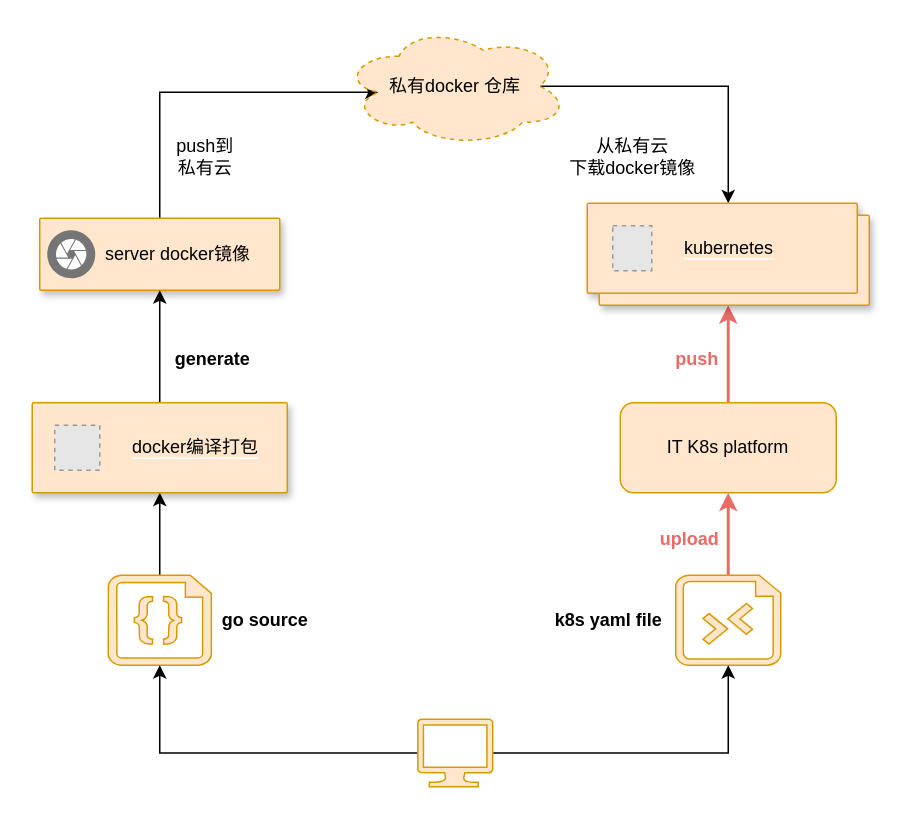
Before: page "Page-4" (4 of 4) of k8s.drawio in juzdm/note, a draw.io diagram. Source tidied: cells renumbered, new cells numbered last; positions are measured from the earlier drawing's top-left corner, leaving out a move shared by most shapes. Both pictures are drawn from the tidied source at 150%, with x=0, y=0 at pixel (32, 26). Pictures stored in the file or linked from it are replaced by grey dashed boxes.
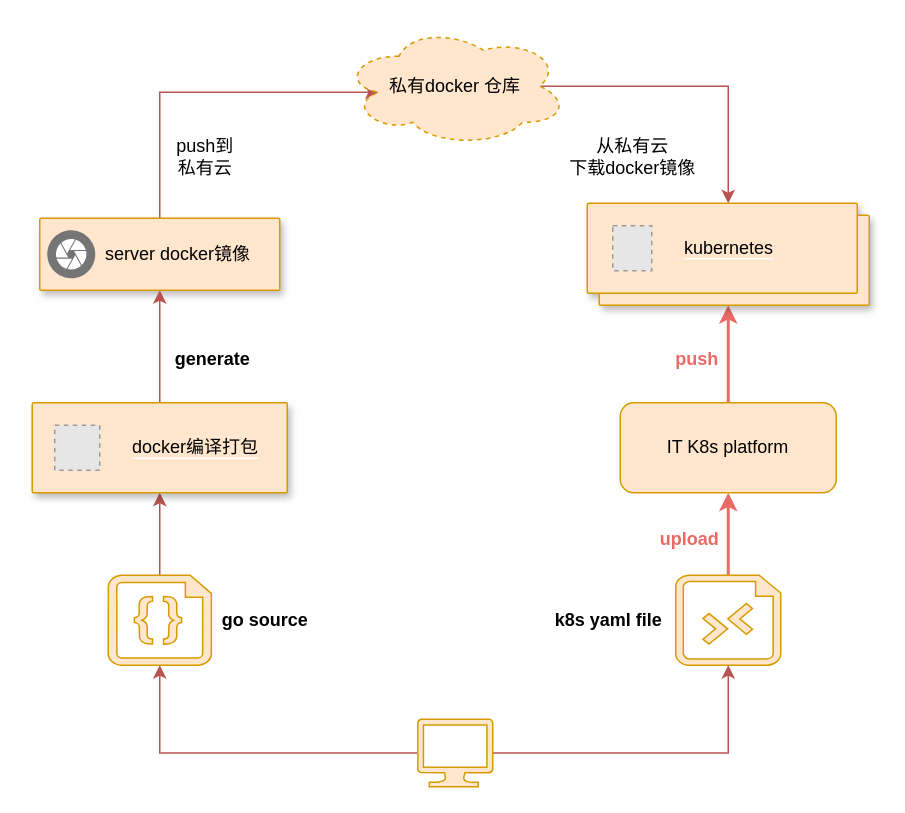
The same page after the edit.

Unchanged cells that the change refers to:
```xml
<mxCell id="3" style="strokeColor=#d79b00;shadow=1;strokeWidth=1;rounded=1;absoluteArcSize=1;arcSize=2;fillColor=#ffe6cc;" parent="1" vertex="1">
  <mxGeometry x="5" y="128" width="160" height="48" as="geometry" />
</mxCell>
<mxCell id="8" value="私有docker 仓库" style="ellipse;shape=cloud;whiteSpace=wrap;html=1;fillColor=#ffe6cc;strokeColor=#d79b00;dashed=1;" parent="1" vertex="1">
  <mxGeometry x="207" width="150" height="80" as="geometry" />
</mxCell>
<mxCell id="11" style="verticalLabelPosition=bottom;html=1;verticalAlign=top;align=center;strokeColor=#d79b00;fillColor=#ffe6cc;shape=mxgraph.azure.rdp_remoting_file;" parent="1" vertex="1">
  <mxGeometry x="429" y="366" width="70" height="60" as="geometry" />
</mxCell>
<mxCell id="13" style="verticalLabelPosition=bottom;html=1;verticalAlign=top;align=center;strokeColor=#d79b00;fillColor=#ffe6cc;shape=mxgraph.azure.code_file;" parent="1" vertex="1">
  <mxGeometry x="50.6" y="366" width="68.8" height="60" as="geometry" />
</mxCell>
<mxCell id="17" style="shape=mxgraph.gcp2.doubleRect;strokeColor=#d79b00;shadow=1;strokeWidth=1;rounded=1;absoluteArcSize=1;arcSize=2;labelBackgroundColor=#FFE599;fillColor=#ffe6cc;" parent="1" vertex="1">
  <mxGeometry x="370" y="118" width="188" height="68" as="geometry" />
</mxCell>
<mxCell id="24" style="verticalLabelPosition=bottom;html=1;verticalAlign=top;align=center;strokeColor=#d79b00;fillColor=#ffe6cc;shape=mxgraph.azure.computer;labelBackgroundColor=#FFE599;" parent="1" vertex="1">
  <mxGeometry x="257" y="462" width="50" height="45" as="geometry" />
</mxCell>
```

Change to the diagram source:
```diff
@@
-    <mxCell id="2" style="edgeStyle=orthogonalEdgeStyle;rounded=0;jettySize=auto;html=1;exitX=0.5;exitY=0;exitDx=0;exitDy=0;entryX=0.16;entryY=0.55;entryDx=0;entryDy=0;entryPerimeter=0;" parent="1" edge="1" source="3" target="8">
+    <mxCell id="2" style="edgeStyle=orthogonalEdgeStyle;rounded=0;jettySize=auto;html=1;exitX=0.5;exitY=0;exitDx=0;exitDy=0;entryX=0.16;entryY=0.55;entryDx=0;entryDy=0;entryPerimeter=0;fillColor=#f8cecc;strokeColor=#b85450;" parent="1" edge="1" source="3" target="8">
       <mxGeometry relative="1" as="geometry">
         <Array as="points">
           <mxPoint x="85" y="44" />
         </Array>
       </mxGeometry>
     </mxCell>
@@
-    <mxCell id="6" style="edgeStyle=none;rounded=0;jettySize=auto;html=1;exitX=0.5;exitY=0;exitDx=0;exitDy=0;entryX=0.5;entryY=1;entryDx=0;entryDy=0;" parent="1" edge="1" target="3">
+    <mxCell id="6" style="edgeStyle=none;rounded=0;jettySize=auto;html=1;exitX=0.5;exitY=0;exitDx=0;exitDy=0;entryX=0.5;entryY=1;entryDx=0;entryDy=0;fillColor=#f8cecc;strokeColor=#b85450;" parent="1" edge="1" target="3">
       <mxGeometry relative="1" as="geometry">
         <mxPoint x="85" y="251" as="sourcePoint" />
       </mxGeometry>
     </mxCell>
-    <mxCell id="7" style="edgeStyle=orthogonalEdgeStyle;rounded=0;jettySize=auto;html=1;exitX=0.875;exitY=0.5;exitDx=0;exitDy=0;exitPerimeter=0;entryX=0.5;entryY=0;entryDx=0;entryDy=0;" parent="1" edge="1" source="8" target="17">
+    <mxCell id="7" style="edgeStyle=orthogonalEdgeStyle;rounded=0;jettySize=auto;html=1;exitX=0.875;exitY=0.5;exitDx=0;exitDy=0;exitPerimeter=0;entryX=0.5;entryY=0;entryDx=0;entryDy=0;fillColor=#f8cecc;strokeColor=#b85450;" parent="1" edge="1" source="8" target="17">
       <mxGeometry relative="1" as="geometry" />
     </mxCell>
@@
-    <mxCell id="12" style="edgeStyle=none;rounded=0;jettySize=auto;html=1;exitX=0.5;exitY=0;exitDx=0;exitDy=0;exitPerimeter=0;entryX=0.5;entryY=1;entryDx=0;entryDy=0;" parent="1" edge="1" source="13">
+    <mxCell id="12" style="edgeStyle=none;rounded=0;jettySize=auto;html=1;exitX=0.5;exitY=0;exitDx=0;exitDy=0;exitPerimeter=0;entryX=0.5;entryY=1;entryDx=0;entryDy=0;fillColor=#f8cecc;strokeColor=#b85450;" parent="1" edge="1" source="13">
       <mxGeometry relative="1" as="geometry">
         <mxPoint x="85" y="311" as="targetPoint" />
       </mxGeometry>
     </mxCell>
@@
-    <mxCell id="22" style="edgeStyle=orthogonalEdgeStyle;rounded=0;jettySize=auto;html=1;exitX=0;exitY=0.5;exitDx=0;exitDy=0;exitPerimeter=0;entryX=0.5;entryY=1;entryDx=0;entryDy=0;entryPerimeter=0;" parent="1" edge="1" source="24" target="13">
+    <mxCell id="22" style="edgeStyle=orthogonalEdgeStyle;rounded=0;jettySize=auto;html=1;exitX=0;exitY=0.5;exitDx=0;exitDy=0;exitPerimeter=0;entryX=0.5;entryY=1;entryDx=0;entryDy=0;entryPerimeter=0;fillColor=#f8cecc;strokeColor=#b85450;" parent="1" edge="1" source="24" target="13">
       <mxGeometry relative="1" as="geometry" />
     </mxCell>
-    <mxCell id="23" style="edgeStyle=orthogonalEdgeStyle;rounded=0;jettySize=auto;html=1;exitX=1;exitY=0.5;exitDx=0;exitDy=0;exitPerimeter=0;entryX=0.5;entryY=1;entryDx=0;entryDy=0;entryPerimeter=0;" parent="1" edge="1" source="24" target="11">
+    <mxCell id="23" style="edgeStyle=orthogonalEdgeStyle;rounded=0;jettySize=auto;html=1;exitX=1;exitY=0.5;exitDx=0;exitDy=0;exitPerimeter=0;entryX=0.5;entryY=1;entryDx=0;entryDy=0;entryPerimeter=0;fillColor=#f8cecc;strokeColor=#b85450;" parent="1" edge="1" source="24" target="11">
       <mxGeometry relative="1" as="geometry" />
     </mxCell>
```
